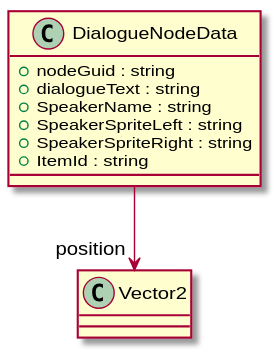
Above: UML/Dialogue/RunTime/DialogueNodeData.svg in robinsuurs/Mallow_Mysterie (PlantUML), before the change. The source it was exported from:
```plantuml
@startuml
class DialogueNodeData {
    + nodeGuid : string
    + dialogueText : string
    + SpeakerName : string
    + SpeakerSpriteLeft : string
    + SpeakerSpriteRight : string
    + ItemId : string
}
DialogueNodeData --> "position" Vector2
@enduml
```
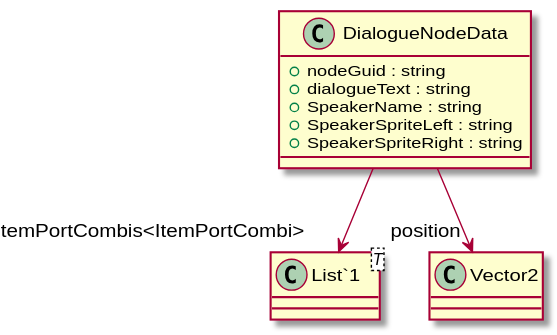
The same diagram one commit later.

What changed in the source:
```diff
@@ -5,7 +5,9 @@
     + SpeakerName : string
     + SpeakerSpriteLeft : string
     + SpeakerSpriteRight : string
-    + ItemId : string
+}
+class "List`1"<T> {
 }
 DialogueNodeData --> "position" Vector2
+DialogueNodeData --> "ItemPortCombis<ItemPortCombi>" "List`1"
 @enduml
```
